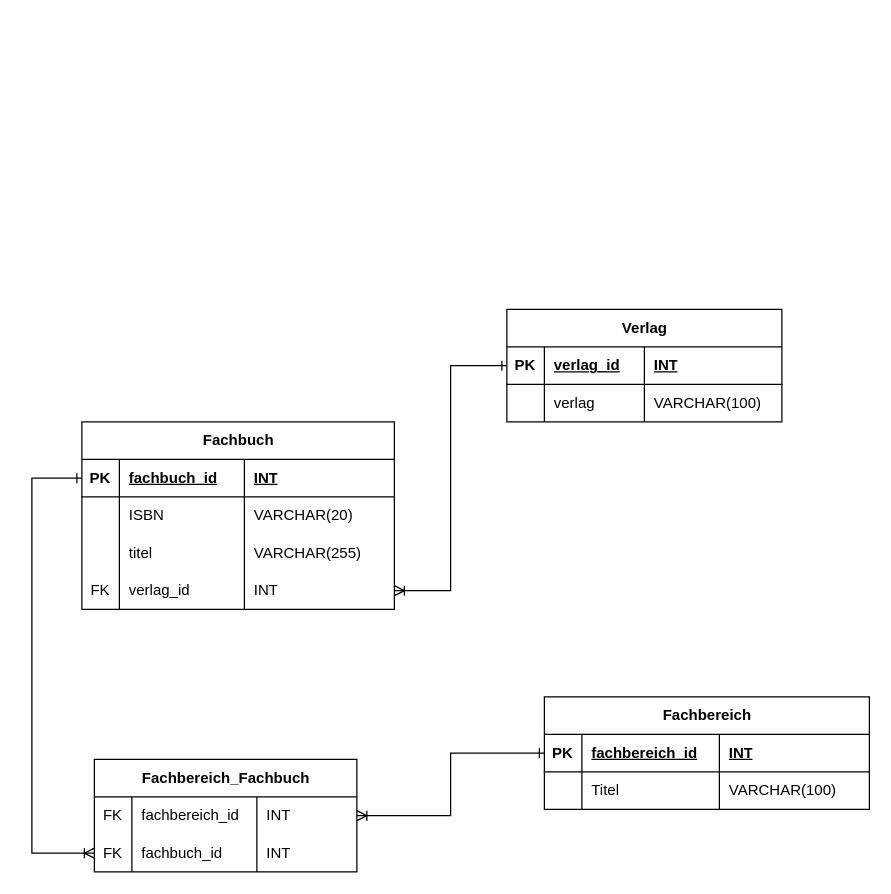
This is LE-07-01/ER-Diagramm.drawio from AlieksieienkoDmytro/MySQL-Learning, a draw.io file, before an edit. Source tidied: cells renumbered, new cells numbered last; positions are measured from the earlier drawing's top-left corner, leaving out a move shared by most shapes. Both pictures are drawn from the tidied source at 125%, with x=0, y=0 at pixel (31, 309).
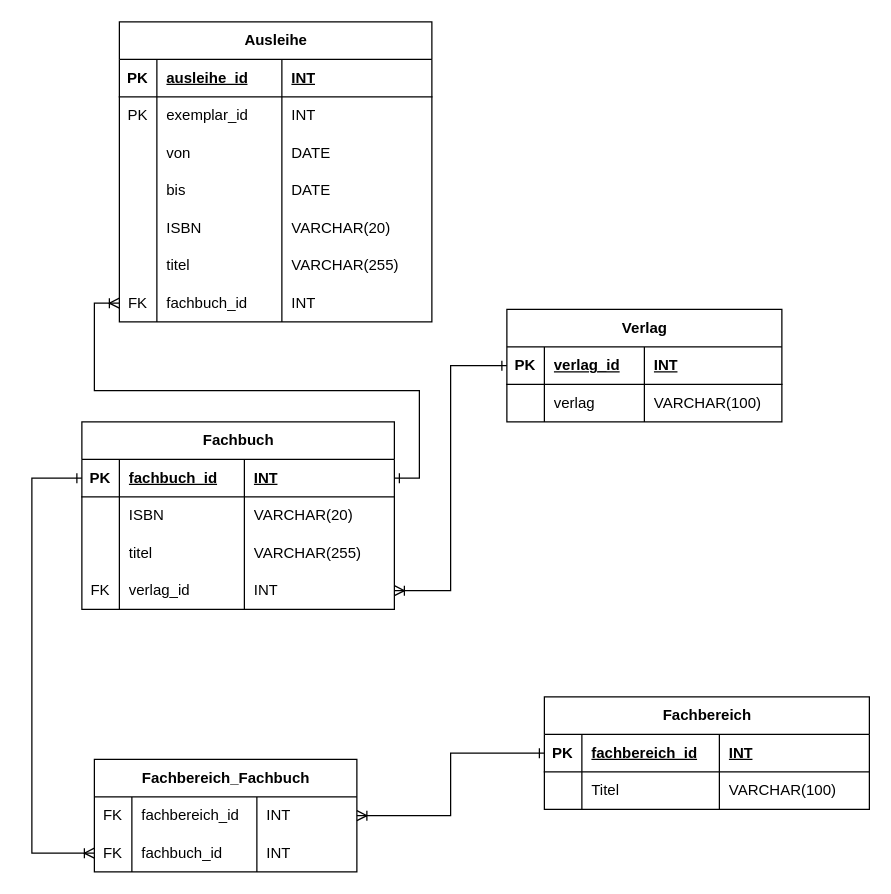
The same page after the edit.

Commit message (it also covers changes not shown here):
UDATE ER, Create DB, daten

Unchanged cells that the change refers to:
```xml
<mxCell id="12" style="shape=tableRow;horizontal=0;startSize=0;swimlaneHead=0;swimlaneBody=0;fillColor=none;points=[[0,0.5],[1,0.5]];portConstraint=eastwest;top=0;left=0;right=0;bottom=1;" parent="11" vertex="1">
  <mxGeometry y="30" width="250" height="30" as="geometry" />
</mxCell>
```

Change to the diagram source:
```diff
@@
+    <mxCell id="49" value="Ausleihe" style="shape=table;startSize=30;childLayout=tableLayout;rowLines=0;fontStyle=1;align=center;html=1;" parent="1" vertex="1">
+      <mxGeometry x="70" y="-230" width="250" height="240" as="geometry" />
+    </mxCell>
+    <mxCell id="50" style="shape=tableRow;horizontal=0;startSize=0;swimlaneHead=0;swimlaneBody=0;fillColor=none;top=0;left=0;right=0;bottom=1;" parent="49" vertex="1">
+      <mxGeometry y="30" width="250" height="30" as="geometry" />
+    </mxCell>
+    <mxCell id="51" value="PK" style="shape=partialRectangle;fillColor=none;top=0;left=0;bottom=0;right=0;fontStyle=1;overflow=hidden;whiteSpace=wrap;html=1;" parent="50" vertex="1">
+      <mxGeometry width="30" height="30" as="geometry" />
+    </mxCell>
+    <mxCell id="52" value="ausleihe_id" style="shape=partialRectangle;fillColor=none;top=0;left=0;bottom=0;right=0;align=left;spacingLeft=6;fontStyle=5;overflow=hidden;whiteSpace=wrap;html=1;" parent="50" vertex="1">
+      <mxGeometry x="30" width="100" height="30" as="geometry" />
+    </mxCell>
+    <mxCell id="53" value="INT" style="shape=partialRectangle;fillColor=none;top=0;left=0;bottom=0;right=0;align=left;spacingLeft=6;fontStyle=5;overflow=hidden;whiteSpace=wrap;html=1;" parent="50" vertex="1">
+      <mxGeometry x="130" width="120" height="30" as="geometry" />
+    </mxCell>
+    <mxCell id="54" style="shape=tableRow;horizontal=0;startSize=0;swimlaneHead=0;swimlaneBody=0;fillColor=none;top=0;left=0;right=0;bottom=0;" parent="49" vertex="1">
+      <mxGeometry y="60" width="250" height="30" as="geometry" />
+    </mxCell>
+    <mxCell id="55" value="PK" style="shape=partialRectangle;fillColor=none;top=0;left=0;bottom=0;right=0;overflow=hidden;whiteSpace=wrap;html=1;" parent="54" vertex="1">
+      <mxGeometry width="30" height="30" as="geometry" />
+    </mxCell>
+    <mxCell id="56" value="exemplar_id" style="shape=partialRectangle;fillColor=none;top=0;left=0;bottom=0;right=0;align=left;spacingLeft=6;overflow=hidden;whiteSpace=wrap;html=1;" parent="54" vertex="1">
+      <mxGeometry x="30" width="100" height="30" as="geometry" />
+    </mxCell>
+    <mxCell id="57" value="INT" style="shape=partialRectangle;fillColor=none;top=0;left=0;bottom=0;right=0;align=left;spacingLeft=6;overflow=hidden;whiteSpace=wrap;html=1;" parent="54" vertex="1">
+      <mxGeometry x="130" width="120" height="30" as="geometry" />
+    </mxCell>
+    <mxCell id="58" style="shape=tableRow;horizontal=0;startSize=0;swimlaneHead=0;swimlaneBody=0;fillColor=none;top=0;left=0;right=0;bottom=0;" parent="49" vertex="1">
+      <mxGeometry y="90" width="250" height="30" as="geometry" />
+    </mxCell>
+    <mxCell id="59" style="shape=partialRectangle;fillColor=none;top=0;left=0;bottom=0;right=0;overflow=hidden;whiteSpace=wrap;html=1;" parent="58" vertex="1">
+      <mxGeometry width="30" height="30" as="geometry" />
+    </mxCell>
+    <mxCell id="60" value="von" style="shape=partialRectangle;fillColor=none;top=0;left=0;bottom=0;right=0;align=left;spacingLeft=6;overflow=hidden;whiteSpace=wrap;html=1;" parent="58" vertex="1">
+      <mxGeometry x="30" width="100" height="30" as="geometry" />
+    </mxCell>
+    <mxCell id="61" value="DATE" style="shape=partialRectangle;fillColor=none;top=0;left=0;bottom=0;right=0;align=left;spacingLeft=6;overflow=hidden;whiteSpace=wrap;html=1;" parent="58" vertex="1">
+      <mxGeometry x="130" width="120" height="30" as="geometry" />
+    </mxCell>
+    <mxCell id="62" style="shape=tableRow;horizontal=0;startSize=0;swimlaneHead=0;swimlaneBody=0;fillColor=none;top=0;left=0;right=0;bottom=0;" parent="49" vertex="1">
+      <mxGeometry y="120" width="250" height="30" as="geometry" />
+    </mxCell>
+    <mxCell id="63" style="shape=partialRectangle;fillColor=none;top=0;left=0;bottom=0;right=0;overflow=hidden;whiteSpace=wrap;html=1;" parent="62" vertex="1">
+      <mxGeometry width="30" height="30" as="geometry" />
+    </mxCell>
+    <mxCell id="64" value="bis" style="shape=partialRectangle;fillColor=none;top=0;left=0;bottom=0;right=0;align=left;spacingLeft=6;overflow=hidden;whiteSpace=wrap;html=1;" parent="62" vertex="1">
+      <mxGeometry x="30" width="100" height="30" as="geometry" />
+    </mxCell>
+    <mxCell id="65" value="DATE" style="shape=partialRectangle;fillColor=none;top=0;left=0;bottom=0;right=0;align=left;spacingLeft=6;overflow=hidden;whiteSpace=wrap;html=1;" parent="62" vertex="1">
+      <mxGeometry x="130" width="120" height="30" as="geometry" />
+    </mxCell>
+    <mxCell id="66" style="shape=tableRow;horizontal=0;startSize=0;swimlaneHead=0;swimlaneBody=0;fillColor=none;top=0;left=0;right=0;bottom=0;" parent="49" vertex="1">
+      <mxGeometry y="150" width="250" height="30" as="geometry" />
+    </mxCell>
+    <mxCell id="67" style="shape=partialRectangle;fillColor=none;top=0;left=0;bottom=0;right=0;overflow=hidden;whiteSpace=wrap;html=1;" parent="66" vertex="1">
+      <mxGeometry width="30" height="30" as="geometry" />
+    </mxCell>
+    <mxCell id="68" value="ISBN" style="shape=partialRectangle;fillColor=none;top=0;left=0;bottom=0;right=0;align=left;spacingLeft=6;overflow=hidden;whiteSpace=wrap;html=1;" parent="66" vertex="1">
+      <mxGeometry x="30" width="100" height="30" as="geometry" />
+    </mxCell>
+    <mxCell id="69" value="VARCHAR(20)" style="shape=partialRectangle;fillColor=none;top=0;left=0;bottom=0;right=0;align=left;spacingLeft=6;overflow=hidden;whiteSpace=wrap;html=1;" parent="66" vertex="1">
+      <mxGeometry x="130" width="120" height="30" as="geometry" />
+    </mxCell>
+    <mxCell id="70" style="shape=tableRow;horizontal=0;startSize=0;swimlaneHead=0;swimlaneBody=0;fillColor=none;top=0;left=0;right=0;bottom=0;" parent="49" vertex="1">
+      <mxGeometry y="180" width="250" height="30" as="geometry" />
+    </mxCell>
+    <mxCell id="71" style="shape=partialRectangle;fillColor=none;top=0;left=0;bottom=0;right=0;overflow=hidden;whiteSpace=wrap;html=1;" parent="70" vertex="1">
+      <mxGeometry width="30" height="30" as="geometry" />
+    </mxCell>
+    <mxCell id="72" value="titel" style="shape=partialRectangle;fillColor=none;top=0;left=0;bottom=0;right=0;align=left;spacingLeft=6;overflow=hidden;whiteSpace=wrap;html=1;" parent="70" vertex="1">
+      <mxGeometry x="30" width="100" height="30" as="geometry" />
+    </mxCell>
+    <mxCell id="73" value="VARCHAR(255)" style="shape=partialRectangle;fillColor=none;top=0;left=0;bottom=0;right=0;align=left;spacingLeft=6;overflow=hidden;whiteSpace=wrap;html=1;" parent="70" vertex="1">
+      <mxGeometry x="130" width="120" height="30" as="geometry" />
+    </mxCell>
+    <mxCell id="74" style="shape=tableRow;horizontal=0;startSize=0;swimlaneHead=0;swimlaneBody=0;fillColor=none;points=[[0,0.5],[1,0.5]];portConstraint=eastwest;top=0;left=0;right=0;bottom=0;" parent="49" vertex="1">
+      <mxGeometry y="210" width="250" height="30" as="geometry" />
+    </mxCell>
+    <mxCell id="75" value="FK" style="shape=partialRectangle;fillColor=none;top=0;left=0;bottom=0;right=0;overflow=hidden;whiteSpace=wrap;html=1;" parent="74" vertex="1">
+      <mxGeometry width="30" height="30" as="geometry" />
+    </mxCell>
+    <mxCell id="76" value="fachbuch_id" style="shape=partialRectangle;fillColor=none;top=0;left=0;bottom=0;right=0;align=left;spacingLeft=6;overflow=hidden;whiteSpace=wrap;html=1;" parent="74" vertex="1">
+      <mxGeometry x="30" width="100" height="30" as="geometry" />
+    </mxCell>
+    <mxCell id="77" value="INT" style="shape=partialRectangle;fillColor=none;top=0;left=0;bottom=0;right=0;align=left;spacingLeft=6;overflow=hidden;whiteSpace=wrap;html=1;" parent="74" vertex="1">
+      <mxGeometry x="130" width="120" height="30" as="geometry" />
+    </mxCell>
+    <mxCell id="78" style="edgeStyle=orthogonalEdgeStyle;rounded=0;jettySize=auto;html=1;entryX=0;entryY=0.5;entryDx=0;entryDy=0;startArrow=ERone;startFill=0;endArrow=ERoneToMany;endFill=0;" parent="1" edge="1" source="12" target="74">
+      <mxGeometry relative="1" as="geometry" />
+    </mxCell>
```
